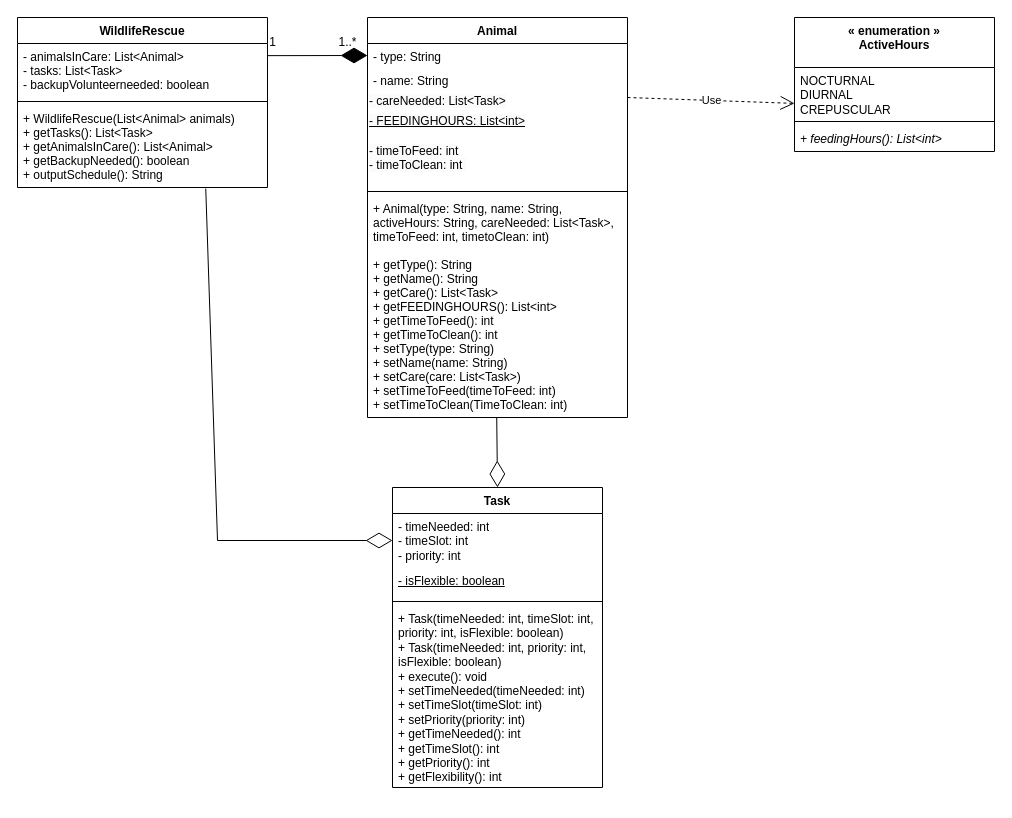
Above: 64.drawio in aryan-karadia/Mock-Schedule-Builder (draw.io), before the change. Source tidied: cells renumbered, new cells numbered last; positions are measured from the earlier drawing's top-left corner, leaving out a move shared by most shapes. Both pictures are drawn from the tidied source at 100%, with x=0, y=0 at pixel (17, 17).
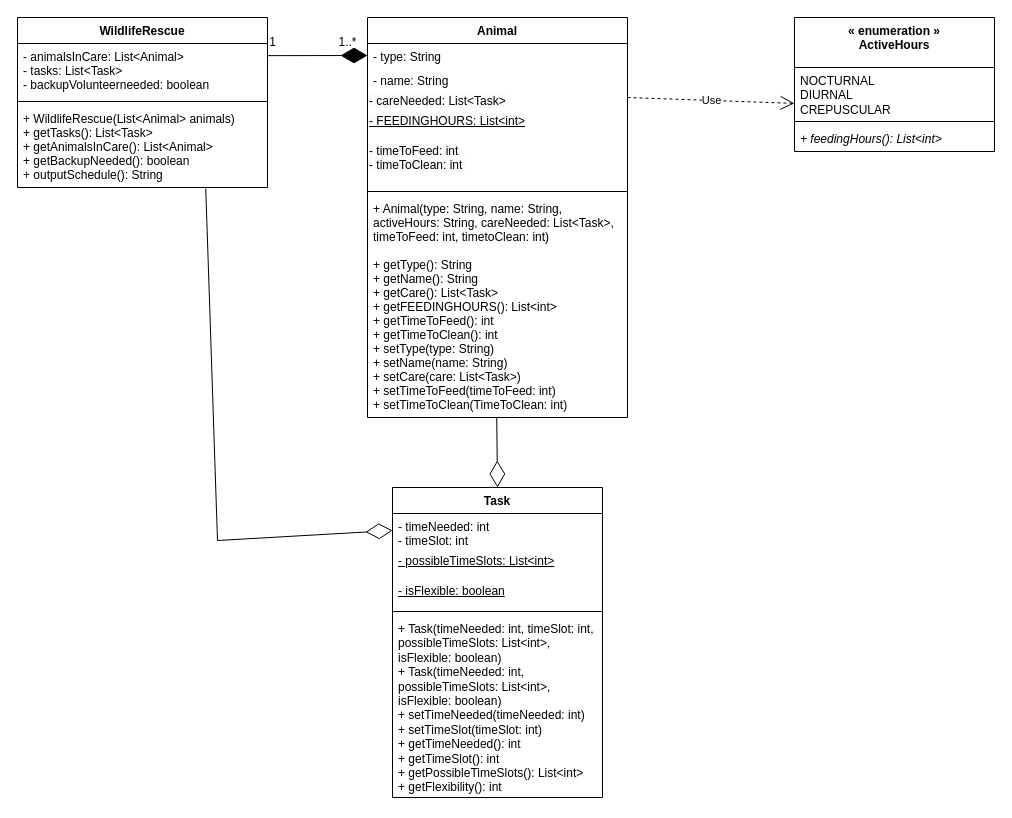
Above is the later version.

Commit message:
Added possibleTimeSlots variable in Task class

Diff of the diagram source:
```diff
@@
     <mxCell id="20" value="Task" style="swimlane;fontStyle=1;align=center;verticalAlign=top;horizontal=1;startSize=26;whiteSpace=wrap;html=1;" parent="1" vertex="1">
-      <mxGeometry x="375" y="470" width="210" height="300" as="geometry" />
+      <mxGeometry x="375" y="470" width="210" height="310" as="geometry" />
     </mxCell>
-    <mxCell id="21" value="- timeNeeded: int&lt;br&gt;- timeSlot: int&lt;br&gt;- priority: int" style="text;strokeColor=none;fillColor=none;align=left;verticalAlign=top;spacingLeft=4;spacingRight=4;overflow=hidden;points=[[0,0.5],[1,0.5]];portConstraint=eastwest;whiteSpace=wrap;html=1;" parent="20" vertex="1">
-      <mxGeometry y="26" width="210" height="54" as="geometry" />
+    <mxCell id="21" value="- timeNeeded: int&lt;br&gt;- timeSlot: int" style="text;strokeColor=none;fillColor=none;align=left;verticalAlign=top;spacingLeft=4;spacingRight=4;overflow=hidden;points=[[0,0.5],[1,0.5]];portConstraint=eastwest;whiteSpace=wrap;html=1;" parent="20" vertex="1">
+      <mxGeometry y="26" width="210" height="34" as="geometry" />
     </mxCell>
+    <mxCell id="29" value="&lt;u&gt;- possibleTimeSlots: List&amp;lt;int&amp;gt;&lt;/u&gt;" style="text;html=1;strokeColor=none;fillColor=none;align=left;verticalAlign=top;whiteSpace=wrap;rounded=0;spacingLeft=4;spacingRight=4;" parent="20" vertex="1">
+      <mxGeometry y="60" width="210" height="30" as="geometry" />
+    </mxCell>
     <mxCell id="22" value="&lt;u&gt;- isFlexible: boolean&lt;/u&gt;" style="text;strokeColor=none;fillColor=none;align=left;verticalAlign=top;spacingLeft=4;spacingRight=4;overflow=hidden;whiteSpace=wrap;html=1;" parent="20" vertex="1">
-      <mxGeometry y="80" width="210" height="30" as="geometry" />
+      <mxGeometry y="90" width="210" height="30" as="geometry" />
     </mxCell>
     <mxCell id="23" style="line;strokeWidth=1;fillColor=none;align=left;verticalAlign=middle;spacingTop=-1;spacingLeft=3;spacingRight=3;labelPosition=right;strokeColor=inherit;" parent="20" vertex="1">
-      <mxGeometry y="110" width="210" height="8" as="geometry" />
+      <mxGeometry y="120" width="210" height="8" as="geometry" />
     </mxCell>
-    <mxCell id="24" value="+ Task(timeNeeded: int, timeSlot: int, priority: int, isFlexible: boolean)&lt;br&gt;+ Task(timeNeeded: int, priority: int, isFlexible: boolean)&lt;br&gt;+ execute(): void&lt;br&gt;+ setTimeNeeded(timeNeeded: int)&lt;br&gt;+ setTimeSlot(timeSlot: int)&lt;br&gt;+ setPriority(priority: int)&lt;br&gt;+ getTimeNeeded(): int&lt;br&gt;+ getTimeSlot(): int&lt;br&gt;+ getPriority(): int&lt;br&gt;+ getFlexibility(): int" style="text;strokeColor=none;fillColor=none;align=left;verticalAlign=top;spacingLeft=4;spacingRight=4;overflow=hidden;whiteSpace=wrap;html=1;" parent="20" vertex="1">
-      <mxGeometry y="118" width="210" height="182" as="geometry" />
+    <mxCell id="24" value="+ Task(timeNeeded: int, timeSlot: int, possibleTimeSlots: List&amp;lt;int&amp;gt;, isFlexible: boolean)&lt;br&gt;+ Task(timeNeeded: int, possibleTimeSlots: List&amp;lt;int&amp;gt;, isFlexible: boolean)&lt;br&gt;+ setTimeNeeded(timeNeeded: int)&lt;br&gt;+ setTimeSlot(timeSlot: int)&lt;br&gt;+ getTimeNeeded(): int&lt;br&gt;+ getTimeSlot(): int&lt;br&gt;+ getPossibleTimeSlots(): List&amp;lt;int&amp;gt;&lt;br&gt;+ getFlexibility(): int" style="text;strokeColor=none;fillColor=none;align=left;verticalAlign=top;spacingLeft=4;spacingRight=4;overflow=hidden;whiteSpace=wrap;html=1;" parent="20" vertex="1">
+      <mxGeometry y="128" width="210" height="182" as="geometry" />
     </mxCell>
```
